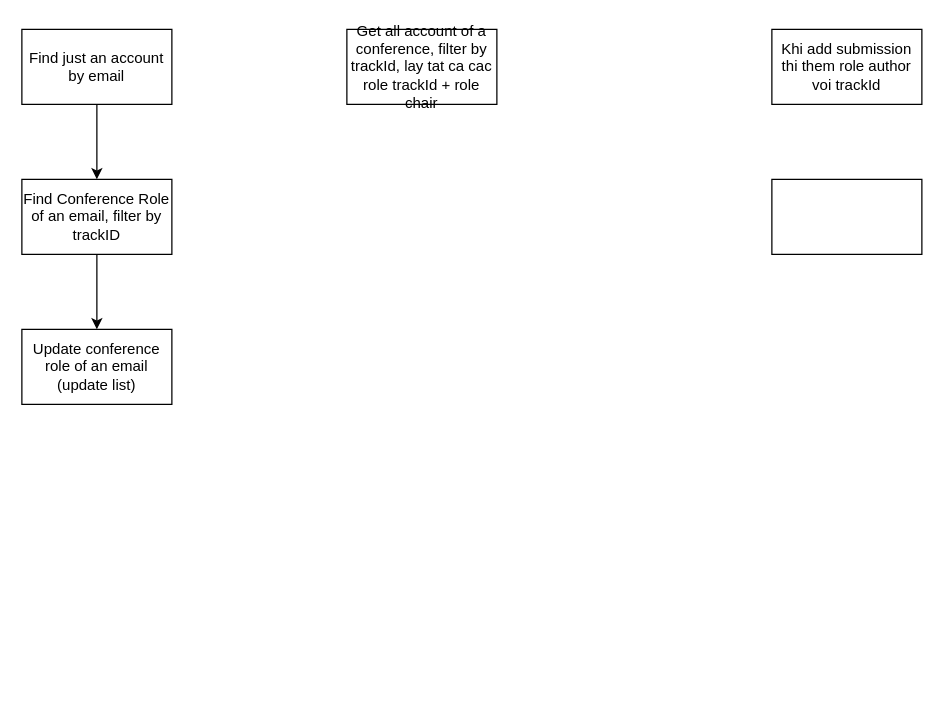
The draw.io diagram assemble-pc.drawio in ThuongHoang456189/prepare-23-05-2023-files, before the edit. Source tidied: cells renumbered, new cells numbered last; positions are measured from the earlier drawing's top-left corner, leaving out a move shared by most shapes. Both pictures are drawn from the tidied source at 125%, with x=0, y=0 at pixel (21, 29).
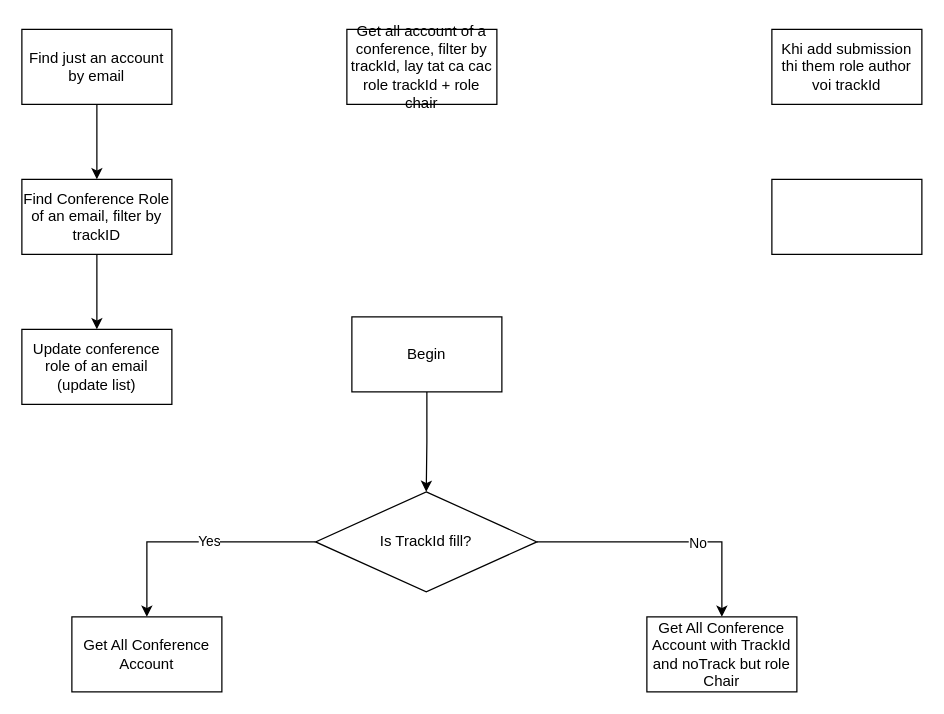
The same page after the edit.

Change to the diagram source:
```diff
@@
 <mxGraphModel>
   <root>
     <mxCell id="0" />
     <mxCell id="1" parent="0" />
     <mxCell id="2" style="edgeStyle=orthogonalEdgeStyle;rounded=0;jettySize=auto;html=1;entryX=0.5;entryY=0;entryDx=0;entryDy=0;" parent="1" edge="1" source="3" target="5">
       <mxGeometry relative="1" as="geometry" />
     </mxCell>
     <mxCell id="3" value="Find just an account by email" style="rounded=0;whiteSpace=wrap;html=1;" parent="1" vertex="1">
       <mxGeometry width="120" height="60" as="geometry" />
     </mxCell>
     <mxCell id="4" style="edgeStyle=orthogonalEdgeStyle;rounded=0;jettySize=auto;html=1;entryX=0.5;entryY=0;entryDx=0;entryDy=0;" parent="1" edge="1" source="5" target="6">
       <mxGeometry relative="1" as="geometry" />
     </mxCell>
     <mxCell id="5" value="Find Conference Role of an email, filter by trackID" style="rounded=0;whiteSpace=wrap;html=1;" parent="1" vertex="1">
       <mxGeometry y="120" width="120" height="60" as="geometry" />
     </mxCell>
     <mxCell id="6" value="Update conference role of an email (update list)" style="rounded=0;whiteSpace=wrap;html=1;" parent="1" vertex="1">
       <mxGeometry y="240" width="120" height="60" as="geometry" />
     </mxCell>
     <mxCell id="7" value="Get all account of a conference, filter by trackId, lay tat ca cac role trackId + role chair" style="rounded=0;whiteSpace=wrap;html=1;" parent="1" vertex="1">
       <mxGeometry x="260" width="120" height="60" as="geometry" />
     </mxCell>
     <mxCell id="8" value="Khi add submission thi them role author voi trackId" style="rounded=0;whiteSpace=wrap;html=1;" parent="1" vertex="1">
       <mxGeometry x="600" width="120" height="60" as="geometry" />
     </mxCell>
     <mxCell id="9" style="rounded=0;whiteSpace=wrap;html=1;" parent="1" vertex="1">
       <mxGeometry x="600" y="120" width="120" height="60" as="geometry" />
     </mxCell>
+    <mxCell id="10" style="edgeStyle=orthogonalEdgeStyle;rounded=0;jettySize=auto;html=1;entryX=0.5;entryY=0;entryDx=0;entryDy=0;" parent="1" edge="1" source="11" target="16">
+      <mxGeometry relative="1" as="geometry" />
+    </mxCell>
+    <mxCell id="11" value="Begin" style="rounded=0;whiteSpace=wrap;html=1;" parent="1" vertex="1">
+      <mxGeometry x="264" y="230" width="120" height="60" as="geometry" />
+    </mxCell>
+    <mxCell id="12" style="edgeStyle=orthogonalEdgeStyle;rounded=0;jettySize=auto;html=1;entryX=0.5;entryY=0;entryDx=0;entryDy=0;" parent="1" edge="1" source="16" target="17">
+      <mxGeometry relative="1" as="geometry" />
+    </mxCell>
+    <mxCell id="13" value="Yes" style="edgeLabel;html=1;align=center;verticalAlign=middle;" parent="12" vertex="1">
+      <mxGeometry x="-0.12" y="-1" relative="1" as="geometry" />
+    </mxCell>
+    <mxCell id="14" style="edgeStyle=orthogonalEdgeStyle;rounded=0;jettySize=auto;html=1;entryX=0.5;entryY=0;entryDx=0;entryDy=0;" parent="1" edge="1" source="16" target="18">
+      <mxGeometry relative="1" as="geometry" />
+    </mxCell>
+    <mxCell id="15" value="No" style="edgeLabel;html=1;align=center;verticalAlign=middle;" parent="14" vertex="1">
+      <mxGeometry x="0.23" relative="1" as="geometry" />
+    </mxCell>
+    <mxCell id="16" value="Is TrackId fill?" style="rhombus;whiteSpace=wrap;html=1;" parent="1" vertex="1">
+      <mxGeometry x="235" y="370" width="177" height="80" as="geometry" />
+    </mxCell>
+    <mxCell id="17" value="Get All Conference Account" style="rounded=0;whiteSpace=wrap;html=1;" parent="1" vertex="1">
+      <mxGeometry x="40" y="470" width="120" height="60" as="geometry" />
+    </mxCell>
+    <mxCell id="18" value="Get All Conference Account with TrackId and noTrack but role Chair" style="rounded=0;whiteSpace=wrap;html=1;" parent="1" vertex="1">
+      <mxGeometry x="500" y="470" width="120" height="60" as="geometry" />
+    </mxCell>
   </root>
 </mxGraphModel>
```
